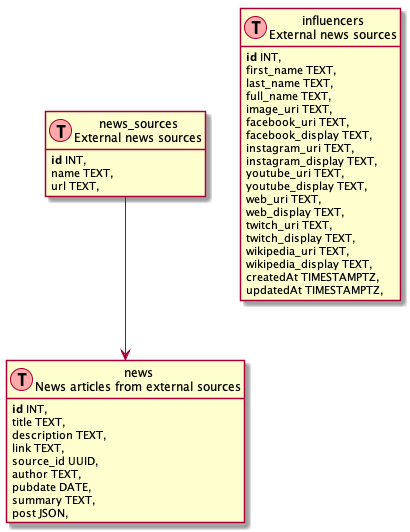
Before: docs/data-model.png, a diagram exported from PlantUML (FoxShaunR/WhatInfluence).
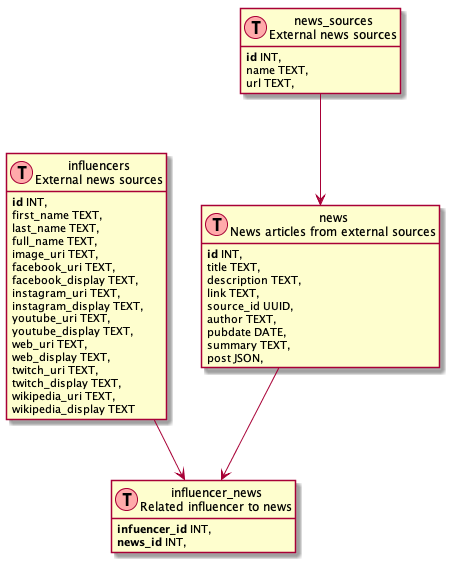
After the commit.

Commit message:
Add influencer-news table to relate influencers to news

Diff of the diagram source:
```diff
@@ -37,11 +37,16 @@
   twitch_uri TEXT,
   twitch_display TEXT,
   wikipedia_uri TEXT,
-  wikipedia_display TEXT,
-  createdAt TIMESTAMPTZ,
-  updatedAt TIMESTAMPTZ,
+  wikipedia_display TEXT
+}
+
+class influencer_news as "influencer_news\nRelated influencer to news" << (T,#FFAAAA) >> {
+  <b>infuencer_id</b> INT,
+  <b>news_id</b> INT,
 }
 
 news_sources --> news
+influencers --> influencer_news
+news --> influencer_news
 
 @enduml
```
